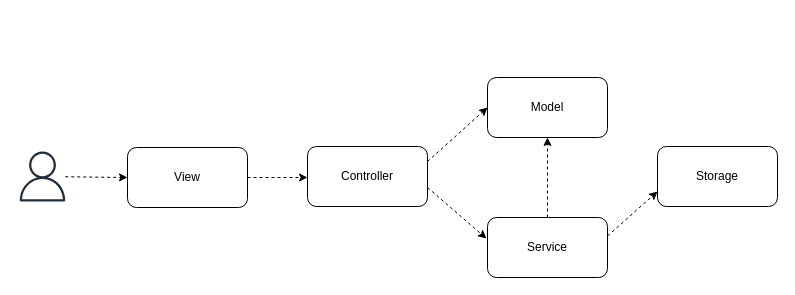
The draw.io diagram page "Solution Architecture" (1 of 5) of docs/developer_guide/SolutionArchitecture.drawio in Jen999/tick-tock, before the edit. Source tidied: cells renumbered, new cells numbered last; positions are measured from the earlier drawing's top-left corner, leaving out a move shared by most shapes. Both pictures are drawn from the tidied source at 100%, with x=0, y=0 at pixel (17, 77).
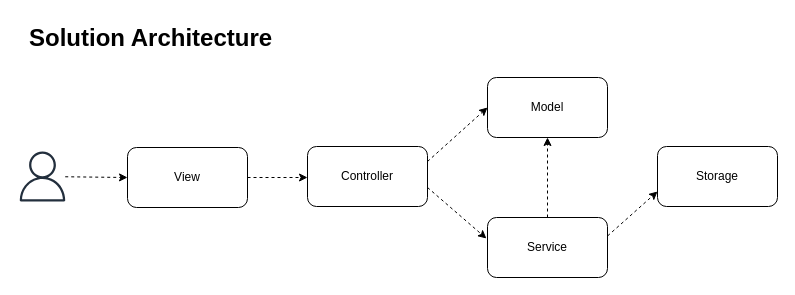
The same diagram, later.

Commit message (it also covers changes not shown here):
Update Solution Architecture

What changed in the source:
```diff
@@
 <mxGraphModel>
   <root>
     <mxCell id="0" />
     <mxCell id="1" parent="0" />
     <mxCell id="2" style="sketch=0;outlineConnect=0;fontColor=#232F3E;gradientColor=none;fillColor=#232F3D;strokeColor=none;dashed=0;verticalLabelPosition=bottom;verticalAlign=top;align=center;html=1;fontSize=12;fontStyle=0;shape=mxgraph.aws4.user;" parent="1" vertex="1">
       <mxGeometry y="74" width="50" height="50" as="geometry" />
     </mxCell>
     <mxCell id="3" value="Controller" style="rounded=1;whiteSpace=wrap;html=1;" parent="1" vertex="1">
       <mxGeometry x="290" y="69" width="120" height="60" as="geometry" />
     </mxCell>
     <mxCell id="4" value="View" style="rounded=1;whiteSpace=wrap;html=1;" parent="1" vertex="1">
       <mxGeometry x="110" y="70" width="120" height="60" as="geometry" />
     </mxCell>
     <mxCell id="5" value="Storage" style="rounded=1;whiteSpace=wrap;html=1;" parent="1" vertex="1">
       <mxGeometry x="640" y="69" width="120" height="60" as="geometry" />
     </mxCell>
     <mxCell id="6" value="Model" style="rounded=1;whiteSpace=wrap;html=1;" parent="1" vertex="1">
       <mxGeometry x="470" width="120" height="60" as="geometry" />
     </mxCell>
     <mxCell id="7" value="Service" style="rounded=1;whiteSpace=wrap;html=1;" parent="1" vertex="1">
       <mxGeometry x="470" y="140" width="120" height="60" as="geometry" />
     </mxCell>
     <mxCell id="8" style="endArrow=classic;html=1;rounded=0;entryX=0;entryY=0.5;entryDx=0;entryDy=0;dashed=1;" parent="1" edge="1" source="2" target="4">
       <mxGeometry relative="1" as="geometry" />
     </mxCell>
     <mxCell id="9" style="endArrow=classic;html=1;rounded=0;dashed=1;exitX=1;exitY=0.5;exitDx=0;exitDy=0;" parent="1" edge="1" source="4">
       <mxGeometry relative="1" as="geometry">
         <mxPoint x="290" y="100" as="targetPoint" />
       </mxGeometry>
     </mxCell>
     <mxCell id="10" style="endArrow=classic;html=1;rounded=0;entryX=0;entryY=0.5;entryDx=0;entryDy=0;dashed=1;exitX=1;exitY=0.25;exitDx=0;exitDy=0;" parent="1" edge="1" source="3" target="6">
       <mxGeometry relative="1" as="geometry" />
     </mxCell>
     <mxCell id="11" style="endArrow=classic;html=1;rounded=0;entryX=-0.009;entryY=0.35;entryDx=0;entryDy=0;dashed=1;exitX=1;exitY=0.683;exitDx=0;exitDy=0;entryPerimeter=0;exitPerimeter=0;startArrow=none;startFill=0;" parent="1" edge="1" source="3" target="7">
       <mxGeometry relative="1" as="geometry" />
     </mxCell>
     <mxCell id="12" style="endArrow=classic;html=1;rounded=0;entryX=0;entryY=0.75;entryDx=0;entryDy=0;dashed=1;exitX=1.001;exitY=0.307;exitDx=0;exitDy=0;exitPerimeter=0;startArrow=none;startFill=0;" parent="1" edge="1" source="7" target="5">
       <mxGeometry relative="1" as="geometry" />
     </mxCell>
     <mxCell id="13" style="endArrow=classic;html=1;rounded=0;entryX=0.5;entryY=1;entryDx=0;entryDy=0;dashed=1;exitX=0.5;exitY=0;exitDx=0;exitDy=0;startArrow=none;startFill=0;" parent="1" edge="1" source="7" target="6">
       <mxGeometry relative="1" as="geometry" />
     </mxCell>
+    <mxCell id="14" value="&lt;h1 style=&quot;margin-top: 0px;&quot;&gt;Solution Architecture&lt;/h1&gt;&lt;p&gt;&lt;br&gt;&lt;/p&gt;" style="text;html=1;whiteSpace=wrap;overflow=hidden;rounded=0;" parent="1" vertex="1">
+      <mxGeometry x="10" y="-60" width="280" height="50" as="geometry" />
+    </mxCell>
   </root>
 </mxGraphModel>
```
